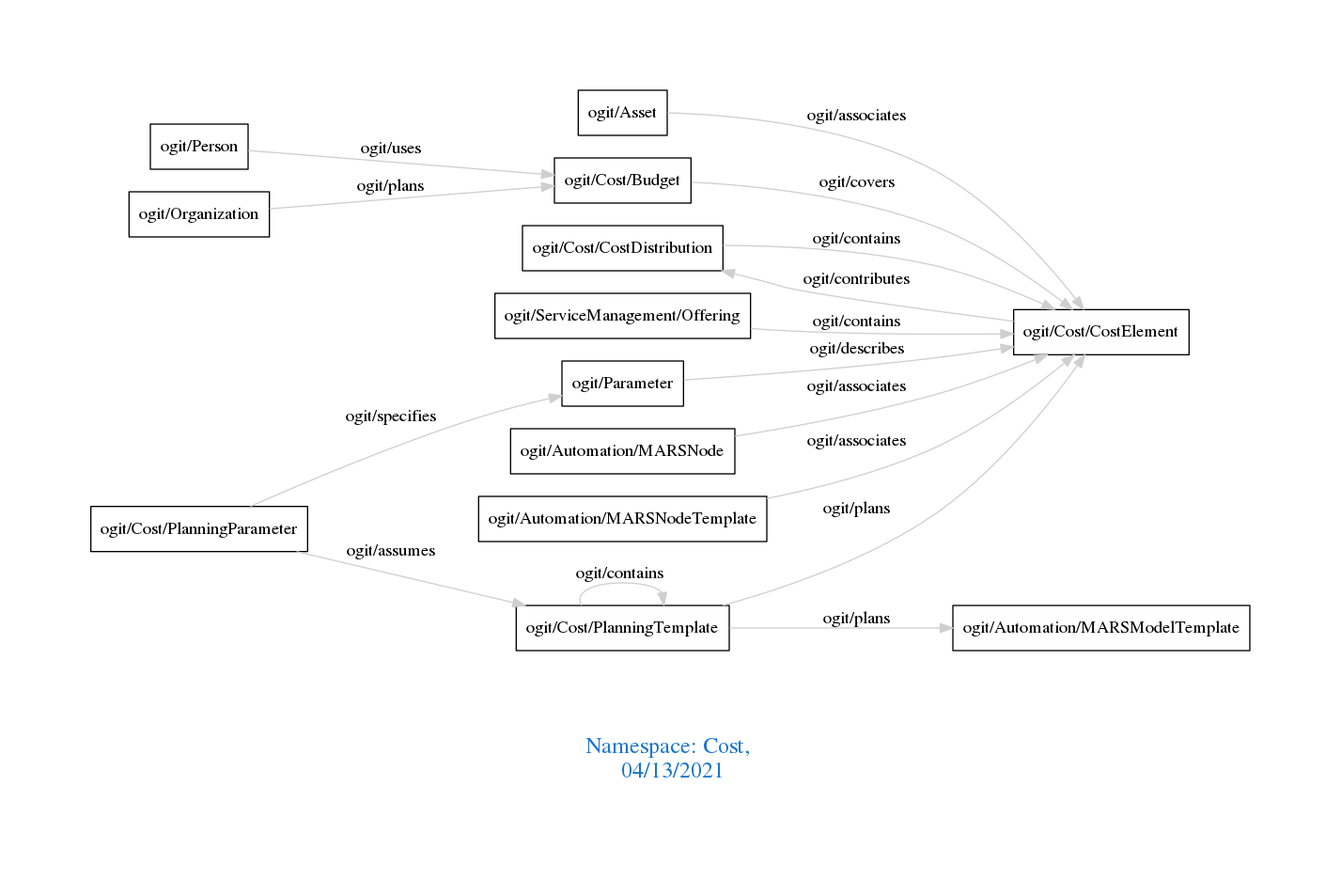
Before: downloads/Cost.png, a diagram exported from Graphviz (arago/OGIT). Its source is kept beside it as downloads/Cost.dot.
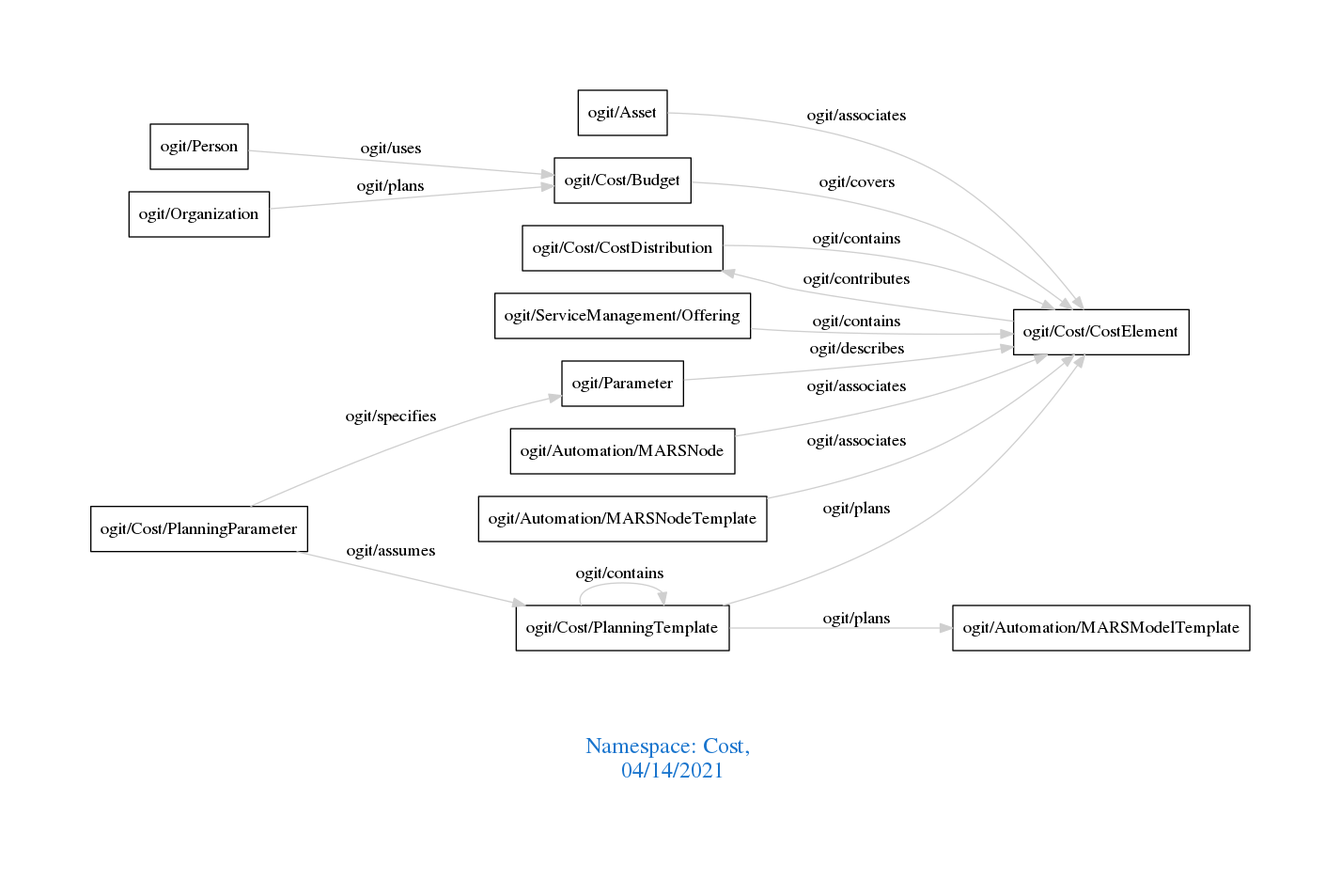
The same file after the commit.

What changed in the source:
```diff
@@ -1,7 +1,7 @@
 digraph OGIT_ontology {
  graph [ rankdir= LR,pad=1
 fontsize = 18,
-fontcolor= dodgerblue3,label = "\n\n\nNamespace: Cost, \n 04/13/2021"];
+fontcolor= dodgerblue3,label = "\n\n\nNamespace: Cost, \n 04/14/2021"];
 node[shape=polygon];
 edge [  color="gray81"];
 
```
